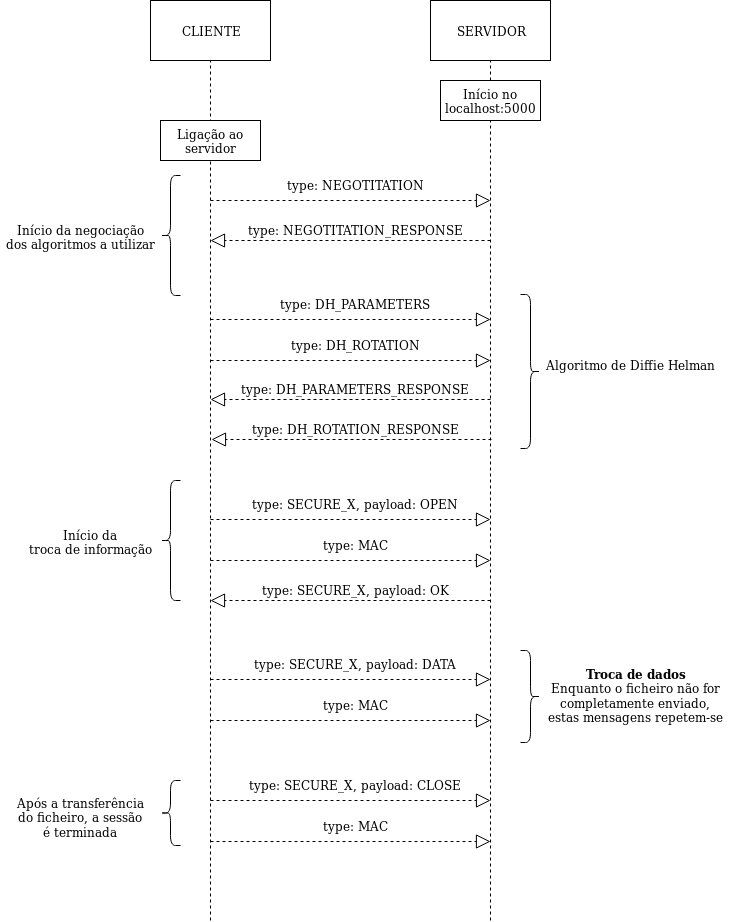
The draw.io diagram message-workflow.png in tiagocmendes/secure-communication, before a commit. Source tidied: cells renumbered, new cells last; positions are measured from the earlier drawing's top-left corner, leaving out a move shared by most shapes.
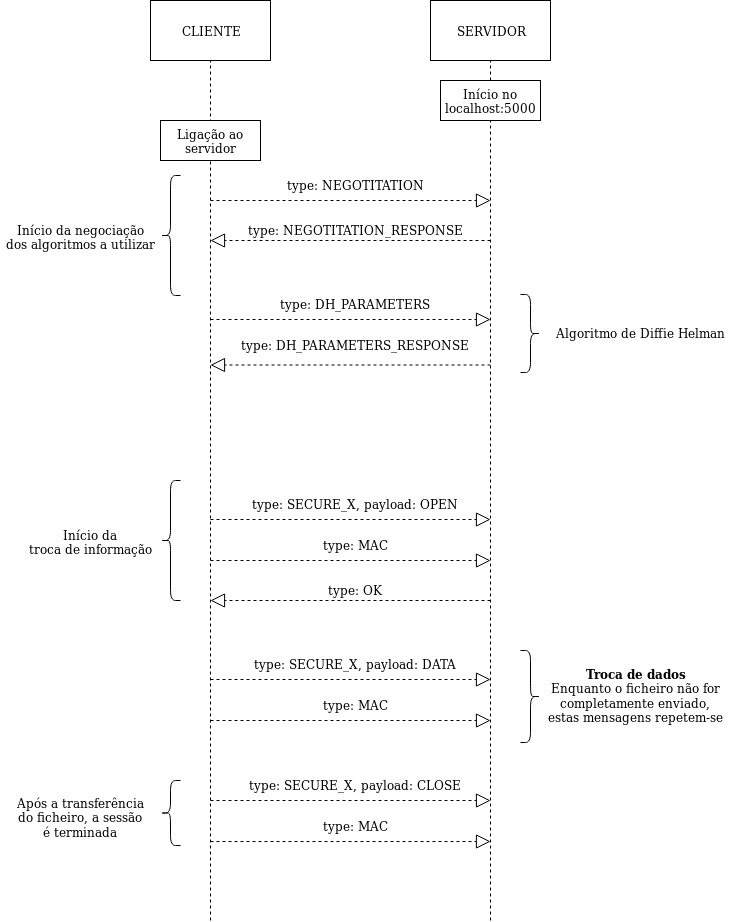
Later version of the same file.

What changed in the source:
```diff
@@ -58,35 +58,14 @@
       <mxGeometry x="270" y="294" width="170" height="20" as="geometry" />
     </mxCell>
     <mxCell id="14" value="&lt;div align=&quot;center&quot;&gt;type: DH_PARAMETERS_RESPONSE&lt;/div&gt;" style="text;html=1;align=center;verticalAlign=top;spacingTop=-4;" parent="1" vertex="1">
-      <mxGeometry x="235" y="379" width="240" height="20" as="geometry" />
+      <mxGeometry x="235" y="335" width="240" height="20" as="geometry" />
     </mxCell>
     <mxCell id="15" style="endArrow=block;dashed=1;endFill=0;endSize=12;html=1;" parent="1" edge="1">
       <mxGeometry relative="1" as="geometry">
-        <mxPoint x="490" y="399" as="sourcePoint" />
-        <mxPoint x="210" y="399" as="targetPoint" />
+        <mxPoint x="490" y="364.5" as="sourcePoint" />
+        <mxPoint x="210" y="364.5" as="targetPoint" />
       </mxGeometry>
     </mxCell>
-    <mxCell id="16" style="endArrow=block;dashed=1;endFill=0;endSize=12;html=1;" parent="1" edge="1">
-      <mxGeometry relative="1" as="geometry">
-        <mxPoint x="210" y="360" as="sourcePoint" />
-        <mxPoint x="490" y="360" as="targetPoint" />
-        <Array as="points">
-          <mxPoint x="350" y="360" />
-        </Array>
-      </mxGeometry>
-    </mxCell>
-    <mxCell id="17" value="&lt;div align=&quot;center&quot;&gt;type: DH_ROTATION&lt;br&gt;&lt;/div&gt;" style="text;html=1;align=center;verticalAlign=top;spacingTop=-4;" parent="1" vertex="1">
-      <mxGeometry x="285" y="335" width="140" height="20" as="geometry" />
-    </mxCell>
-    <mxCell id="18" value="&lt;div align=&quot;center&quot;&gt;type: DH_ROTATION_RESPONSE&lt;/div&gt;" style="text;html=1;align=center;verticalAlign=top;spacingTop=-4;" parent="1" vertex="1">
-      <mxGeometry x="246" y="419" width="220" height="20" as="geometry" />
-    </mxCell>
-    <mxCell id="19" style="endArrow=block;dashed=1;endFill=0;endSize=12;html=1;" parent="1" edge="1">
-      <mxGeometry relative="1" as="geometry">
-        <mxPoint x="491" y="439" as="sourcePoint" />
-        <mxPoint x="211" y="439" as="targetPoint" />
-      </mxGeometry>
-    </mxCell>
     <mxCell id="20" style="endArrow=block;dashed=1;endFill=0;endSize=12;html=1;" parent="1" edge="1">
       <mxGeometry relative="1" as="geometry">
         <mxPoint x="210" y="519" as="sourcePoint" />
@@ -111,8 +90,8 @@
     <mxCell id="23" value="&lt;div align=&quot;center&quot;&gt;type: MAC&lt;br&gt;&lt;/div&gt;" style="text;html=1;align=center;verticalAlign=top;spacingTop=-4;" parent="1" vertex="1">
       <mxGeometry x="315" y="535" width="80" height="20" as="geometry" />
     </mxCell>
-    <mxCell id="24" value="&lt;div align=&quot;center&quot;&gt;type: SECURE_X, payload: OK&lt;br&gt;&lt;/div&gt;" style="text;html=1;align=center;verticalAlign=top;spacingTop=-4;" parent="1" vertex="1">
-      <mxGeometry x="255" y="580" width="200" height="20" as="geometry" />
+    <mxCell id="24" value="&lt;div align=&quot;center&quot;&gt;type: OK&lt;br&gt;&lt;/div&gt;" style="text;html=1;align=center;verticalAlign=top;spacingTop=-4;" parent="1" vertex="1">
+      <mxGeometry x="320" y="580" width="70" height="20" as="geometry" />
     </mxCell>
     <mxCell id="25" style="endArrow=block;dashed=1;endFill=0;endSize=12;html=1;" parent="1" edge="1">
       <mxGeometry relative="1" as="geometry">
@@ -151,10 +130,10 @@
       <mxGeometry y="220" width="160" height="30" as="geometry" />
     </mxCell>
     <mxCell id="32" style="shape=curlyBracket;whiteSpace=wrap;html=1;rounded=1;fillColor=none;rotation=180;" parent="1" vertex="1">
-      <mxGeometry x="520" y="294" width="20" height="154" as="geometry" />
+      <mxGeometry x="520" y="294" width="20" height="78" as="geometry" />
     </mxCell>
     <mxCell id="33" value="Algoritmo de Diffie Helman" style="text;html=1;align=center;verticalAlign=top;spacingTop=-4;" parent="1" vertex="1">
-      <mxGeometry x="540" y="355" width="180" height="20" as="geometry" />
+      <mxGeometry x="550" y="323" width="180" height="20" as="geometry" />
     </mxCell>
     <mxCell id="34" style="shape=curlyBracket;whiteSpace=wrap;html=1;rounded=1;fillColor=none;" parent="1" vertex="1">
       <mxGeometry x="160" y="480" width="20" height="120" as="geometry" />
```
